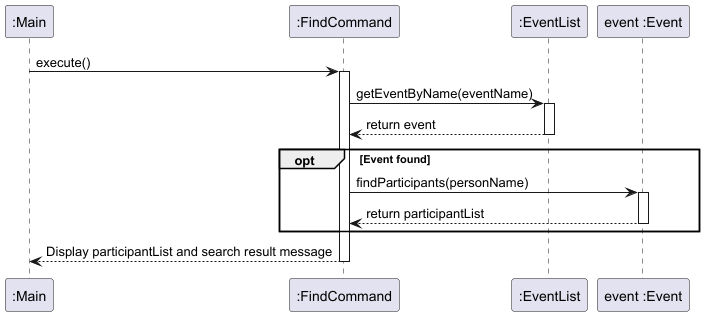
Earlier version of the PlantUML export docs/images/FindCommandSequenceDiagram.png (nus-cs2113-AY2425S1/tp). The source it was exported from:
```plantuml
@startuml
participant ":Main" as Main
participant ":FindCommand" as FC
participant ":EventList" as EL
participant "event :Event" as E

Main -> FC: execute()
activate FC
FC -> EL: getEventByName(eventName)
activate EL
EL --> FC: return event
deactivate EL

opt Event found
    FC -> E: findParticipants(personName)
    activate E
    E --> FC: return participantList
    deactivate E

end opt

FC --> Main: Display participantList and search result message
deactivate FC

@enduml
```
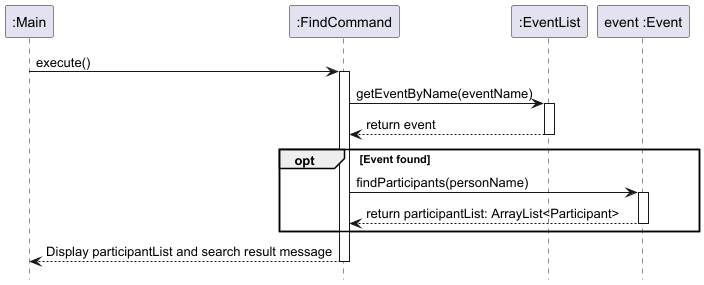
The same file after the commit.

The edit, as a diff of the source:
```diff
@@ -1,4 +1,5 @@
 @startuml
+hide footbox
 participant ":Main" as Main
 participant ":FindCommand" as FC
 participant ":EventList" as EL
@@ -14,7 +15,7 @@
 opt Event found
     FC -> E: findParticipants(personName)
     activate E
-    E --> FC: return participantList
+    E --> FC: return participantList: ArrayList<Participant>
     deactivate E
 
 end opt
```
